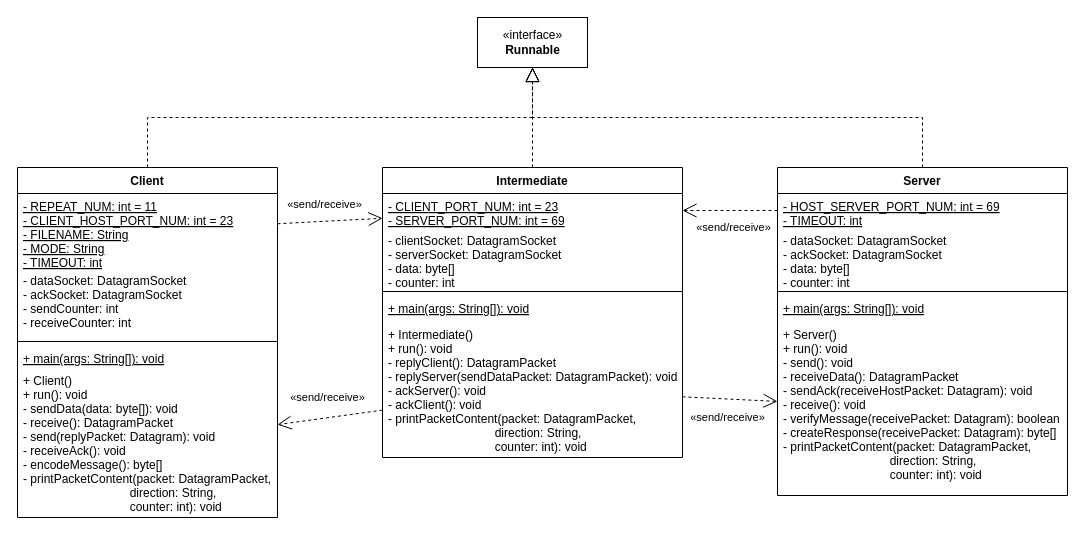
Earlier version of the draw.io diagram A3.drawio (trong0dn/Client-Intermediate-Server). Source tidied: cells renumbered, new cells numbered last; positions are measured from the earlier drawing's top-left corner, leaving out a move shared by most shapes. Both pictures are drawn from the tidied source at 100%, with x=0, y=0 at pixel (17, 17).
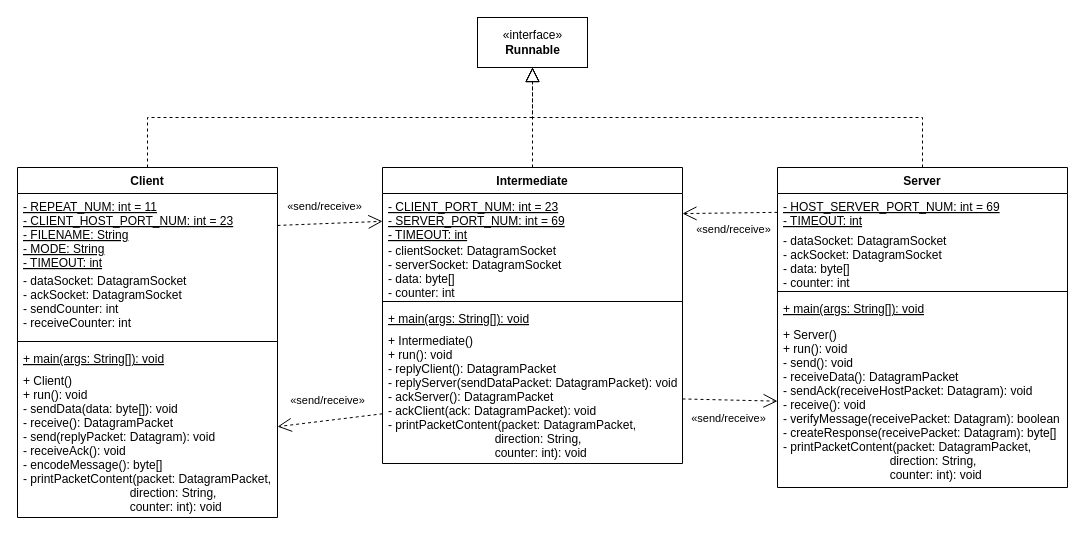
Above is the later version.

Commit message (it also covers changes not shown here):
Javadocs and UML update

Diff of the diagram source:
```diff
@@
     <mxCell id="8" value="Intermediate" style="swimlane;fontStyle=1;align=center;verticalAlign=top;horizontal=1;startSize=26;" parent="1" vertex="1">
-      <mxGeometry x="365" y="150" width="300" height="290" as="geometry" />
+      <mxGeometry x="365" y="150" width="300" height="296" as="geometry" />
     </mxCell>
-    <mxCell id="9" value="- CLIENT_PORT_NUM: int = 23&#10;- SERVER_PORT_NUM: int = 69&#10;" style="text;strokeColor=none;fillColor=none;align=left;verticalAlign=top;spacingLeft=4;spacingRight=4;overflow=hidden;points=[[0,0.5],[1,0.5]];portConstraint=eastwest;fontStyle=4;" parent="8" vertex="1">
-      <mxGeometry y="26" width="300" height="34" as="geometry" />
+    <mxCell id="9" value="- CLIENT_PORT_NUM: int = 23&#10;- SERVER_PORT_NUM: int = 69&#10;- TIMEOUT: int&#10;" style="text;strokeColor=none;fillColor=none;align=left;verticalAlign=top;spacingLeft=4;spacingRight=4;overflow=hidden;points=[[0,0.5],[1,0.5]];portConstraint=eastwest;fontStyle=4;" parent="8" vertex="1">
+      <mxGeometry y="26" width="300" height="44" as="geometry" />
     </mxCell>
     <mxCell id="10" value="- clientSocket: DatagramSocket&#10;- serverSocket: DatagramSocket&#10;- data: byte[]&#10;- counter: int" style="text;strokeColor=none;fillColor=none;align=left;verticalAlign=top;spacingLeft=4;spacingRight=4;overflow=hidden;fontStyle=0;" parent="8" vertex="1">
-      <mxGeometry y="60" width="300" height="60" as="geometry" />
+      <mxGeometry y="70" width="300" height="60" as="geometry" />
     </mxCell>
     <mxCell id="11" style="line;strokeWidth=1;fillColor=none;align=left;verticalAlign=middle;spacingTop=-1;spacingLeft=3;spacingRight=3;labelPosition=right;strokeColor=inherit;" parent="8" vertex="1">
-      <mxGeometry y="120" width="300" height="8" as="geometry" />
+      <mxGeometry y="130" width="300" height="8" as="geometry" />
     </mxCell>
     <mxCell id="12" value="+ main(args: String[]): void" style="text;strokeColor=none;fillColor=none;align=left;verticalAlign=top;spacingLeft=4;spacingRight=4;overflow=hidden;fontStyle=4;" parent="8" vertex="1">
-      <mxGeometry y="128" width="300" height="26" as="geometry" />
+      <mxGeometry y="138" width="300" height="22" as="geometry" />
     </mxCell>
-    <mxCell id="13" value="+ Intermediate()&#10;+ run(): void&#10;- replyClient(): DatagramPacket&#10;- replyServer(sendDataPacket: DatagramPacket): void&#10;- ackServer(): void&#10;- ackClient(): void&#10;- printPacketContent(packet: DatagramPacket, &#10;                                direction: String, &#10;                                counter: int): void" style="text;strokeColor=none;fillColor=none;align=left;verticalAlign=top;spacingLeft=4;spacingRight=4;overflow=hidden;points=[[0,0.5],[1,0.5]];portConstraint=eastwest;" parent="8" vertex="1">
-      <mxGeometry y="154" width="300" height="136" as="geometry" />
+    <mxCell id="13" value="+ Intermediate()&#10;+ run(): void&#10;- replyClient(): DatagramPacket&#10;- replyServer(sendDataPacket: DatagramPacket): void&#10;- ackServer(): DatagramPacket&#10;- ackClient(ack: DatagramPacket): void&#10;- printPacketContent(packet: DatagramPacket, &#10;                                direction: String, &#10;                                counter: int): void" style="text;strokeColor=none;fillColor=none;align=left;verticalAlign=top;spacingLeft=4;spacingRight=4;overflow=hidden;points=[[0,0.5],[1,0.5]];portConstraint=eastwest;" parent="8" vertex="1">
+      <mxGeometry y="160" width="300" height="136" as="geometry" />
     </mxCell>
     <mxCell id="14" value="Server" style="swimlane;fontStyle=1;align=center;verticalAlign=top;horizontal=1;startSize=26;" parent="1" vertex="1">
-      <mxGeometry x="760" y="150" width="290" height="328" as="geometry" />
+      <mxGeometry x="760" y="150" width="290" height="320" as="geometry" />
     </mxCell>
@@
     <mxCell id="19" value="+ Server()&#10;+ run(): void&#10;- send(): void&#10;- receiveData(): DatagramPacket&#10;- sendAck(receiveHostPacket: Datagram): void&#10;- receive(): void&#10;- verifyMessage(receivePacket: Datagram): boolean&#10;- createResponse(receivePacket: Datagram): byte[]&#10;- printPacketContent(packet: DatagramPacket, &#10;                                direction: String, &#10;                                counter: int): void" style="text;strokeColor=none;fillColor=none;align=left;verticalAlign=top;spacingLeft=4;spacingRight=4;overflow=hidden;points=[[0,0.5],[1,0.5]];portConstraint=eastwest;" parent="14" vertex="1">
-      <mxGeometry y="154" width="290" height="174" as="geometry" />
+      <mxGeometry y="154" width="290" height="166" as="geometry" />
     </mxCell>
```
